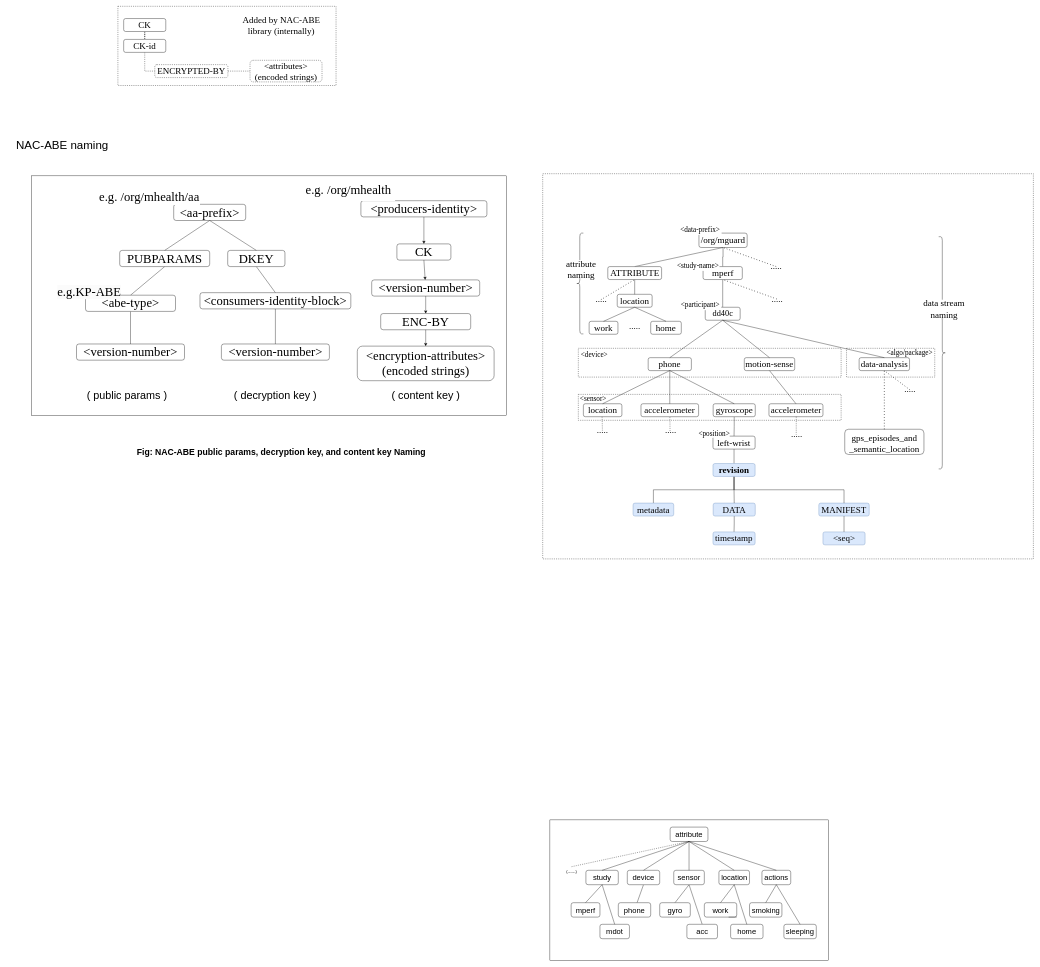
dulalsaurab/new-mguard keeps this draw.io diagram as page "Namespace" (2 of 4) of docs/latest mGuard .drawio. Above is the earlier version. Source tidied: cells renumbered, new cells numbered last; positions are measured from the earlier drawing's top-left corner, leaving out a move shared by most shapes. Both pictures are drawn from the tidied source at 36%, with x=0, y=0 at pixel (12, 6).
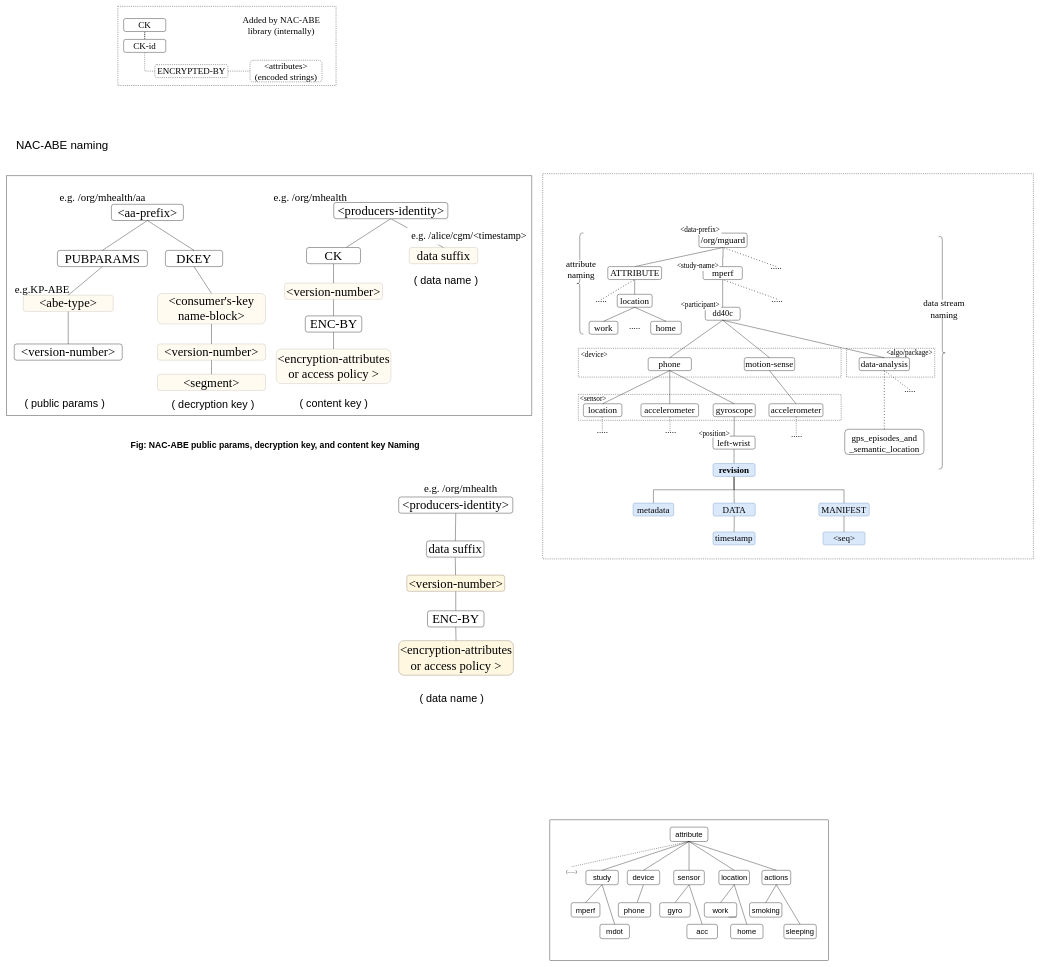
Above is the later version.

Change to the diagram source:
```diff
@@
-    <mxCell id="2" style="rounded=0;whiteSpace=wrap;html=1;" parent="1" vertex="1">
-      <mxGeometry x="55" y="471" width="1320" height="665" as="geometry" />
+    <mxCell id="2" style="rounded=0;whiteSpace=wrap;html=1;fillColor=default;" parent="1" vertex="1">
+      <mxGeometry x="-15" y="471" width="1460" height="665" as="geometry" />
     </mxCell>
@@
     <mxCell id="121" value="&lt;font style=&quot;font-size: 35px;&quot;&gt;&amp;lt;aa-prefix&amp;gt;&lt;/font&gt;" style="rounded=1;whiteSpace=wrap;html=1;fontStyle=0;fontFamily=Times New Roman;fontSize=35;" parent="1" vertex="1">
-      <mxGeometry x="450" y="550" width="200" height="45" as="geometry" />
+      <mxGeometry x="277" y="550" width="200" height="45" as="geometry" />
     </mxCell>
-    <mxCell id="122" value="&lt;font style=&quot;font-size: 35px;&quot;&gt;e.g. /org/mhealth/aa&lt;/font&gt;" style="text;html=1;strokeColor=none;fillColor=default;align=center;verticalAlign=middle;whiteSpace=wrap;rounded=0;dashed=1;fontStyle=0;fontFamily=Times New Roman;fontSize=35;labelBackgroundColor=none;labelBorderColor=none;" parent="1" vertex="1">
-      <mxGeometry x="242" y="507" width="281" height="45" as="geometry" />
+    <mxCell id="122" value="&lt;font style=&quot;font-size: 30px;&quot;&gt;e.g. /org/mhealth/aa&lt;/font&gt;" style="text;html=1;strokeColor=none;fillColor=none;align=center;verticalAlign=middle;whiteSpace=wrap;rounded=0;dashed=1;fontStyle=0;fontFamily=Times New Roman;fontSize=35;labelBackgroundColor=none;labelBorderColor=none;" parent="1" vertex="1">
+      <mxGeometry x="111.5" y="505" width="281" height="45" as="geometry" />
     </mxCell>
     <mxCell id="123" value="&lt;div style=&quot;border: 0px; font-variant-numeric: inherit; font-variant-east-asian: inherit; font-variant-alternates: inherit; font-stretch: inherit; font-size: 35px; line-height: inherit; font-family: &amp;quot;Segoe UI&amp;quot;, &amp;quot;Segoe UI Web (West European)&amp;quot;, &amp;quot;Segoe UI&amp;quot;, -apple-system, &amp;quot;system-ui&amp;quot;, Roboto, &amp;quot;Helvetica Neue&amp;quot;, sans-serif; font-optical-sizing: inherit; font-kerning: inherit; font-feature-settings: inherit; font-variation-settings: inherit; margin: 0px; padding: 0px; vertical-align: baseline; text-align: start; background-color: rgb(255, 255, 255);&quot;&gt;&lt;br style=&quot;font-size: 35px;&quot;&gt;&lt;/div&gt;&lt;div style=&quot;font-size: 35px;&quot;&gt;&lt;i style=&quot;font-family: inherit; font-variant-caps: inherit; font-variant-ligatures: inherit; font-size: 35px;&quot;&gt;&lt;span style=&quot;border: 0px; font-style: inherit; font-variant: inherit; font-weight: inherit; font-stretch: inherit; font-size: 35px; line-height: inherit; font-family: Consolas, Courier, monospace; font-optical-sizing: inherit; font-kerning: inherit; font-feature-settings: inherit; font-variation-settings: inherit; margin: 0px; padding: 0px; vertical-align: baseline; color: inherit; background-color: transparent !important;&quot;&gt;&lt;b style=&quot;font-size: 35px;&quot;&gt;&lt;span style=&quot;border: 0px; font-style: inherit; font-variant: inherit; font-weight: inherit; font-stretch: inherit; font-size: 35px; line-height: inherit; font-optical-sizing: inherit; font-kerning: inherit; font-feature-settings: inherit; font-variation-settings: inherit; margin: 0px; padding: 0px; vertical-align: baseline; color: rgb(66, 66, 66) !important; background-color: transparent !important;&quot;&gt;&lt;span style=&quot;border: 0px; font-style: inherit; font-variant: inherit; font-weight: inherit; font-stretch: inherit; font-size: 35px; line-height: inherit; font-family: Tahoma, Geneva, sans-serif; font-optical-sizing: inherit; font-kerning: inherit; font-feature-settings: inherit; font-variation-settings: inherit; margin: 0px; padding: 0px; vertical-align: baseline; background-color: transparent !important;&quot;&gt;&lt;br style=&quot;font-size: 35px;&quot;&gt;&lt;/span&gt;&lt;/span&gt;&lt;/b&gt;&lt;/span&gt;&lt;/i&gt;&lt;/div&gt;" style="text;html=1;align=center;verticalAlign=middle;strokeColor=none;fillColor=none;fontSize=35;" parent="1" vertex="1">
-      <mxGeometry x="205" y="595" width="20" height="100" as="geometry" />
+      <mxGeometry x="32" y="595" width="20" height="100" as="geometry" />
     </mxCell>
@@
     <mxCell id="125" value="&lt;font style=&quot;font-size: 35px;&quot;&gt;PUBPARAMS&lt;/font&gt;" style="rounded=1;whiteSpace=wrap;html=1;fontStyle=0;fontFamily=Times New Roman;fontSize=35;" parent="1" vertex="1">
-      <mxGeometry x="300" y="678" width="250" height="45" as="geometry" />
+      <mxGeometry x="127" y="678" width="250" height="45" as="geometry" />
     </mxCell>
@@
     <mxCell id="127" value="&lt;font style=&quot;font-size: 35px;&quot;&gt;DKEY&lt;/font&gt;" style="rounded=1;whiteSpace=wrap;html=1;fontStyle=0;fontFamily=Times New Roman;fontSize=35;" parent="1" vertex="1">
-      <mxGeometry x="600" y="678" width="159" height="45" as="geometry" />
+      <mxGeometry x="427" y="678" width="159" height="45" as="geometry" />
     </mxCell>
@@
-    <mxCell id="131" value="&lt;font style=&quot;font-size: 35px;&quot;&gt;&amp;lt;abe-type&amp;gt;&lt;/font&gt;" style="rounded=1;whiteSpace=wrap;html=1;fontStyle=0;fontFamily=Times New Roman;fontSize=35;" parent="1" vertex="1">
-      <mxGeometry x="205" y="802.5" width="250" height="45" as="geometry" />
+    <mxCell id="131" value="&lt;font style=&quot;font-size: 35px;&quot;&gt;&amp;lt;abe-type&amp;gt;&lt;/font&gt;" style="rounded=1;whiteSpace=wrap;html=1;fontStyle=0;fontFamily=Times New Roman;fontSize=35;fillColor=#fff2cc;strokeColor=#331A00;opacity=30;" parent="1" vertex="1">
+      <mxGeometry x="32" y="802.5" width="250" height="45" as="geometry" />
     </mxCell>
@@
     <mxCell id="133" value="&lt;font style=&quot;font-size: 35px;&quot;&gt;&lt;span style=&quot;font-size: 35px;&quot;&gt;&amp;lt;version-number&amp;gt;&lt;/span&gt;&lt;/font&gt;" style="rounded=1;whiteSpace=wrap;html=1;fontStyle=0;fontFamily=Times New Roman;fontSize=35;" parent="1" vertex="1">
-      <mxGeometry x="180" y="938" width="300" height="45" as="geometry" />
+      <mxGeometry x="7" y="938" width="300" height="45" as="geometry" />
     </mxCell>
+    <mxCell id="152" style="edgeStyle=orthogonalEdgeStyle;rounded=0;jettySize=auto;html=1;exitX=0.5;exitY=1;exitDx=0;exitDy=0;entryX=0.5;entryY=0;entryDx=0;entryDy=0;endArrow=none;endFill=0;" parent="1" edge="1" source="134" target="154">
+      <mxGeometry relative="1" as="geometry" />
+    </mxCell>
-    <mxCell id="134" value="&lt;font style=&quot;font-size: 35px;&quot;&gt;&lt;span style=&quot;font-size: 35px;&quot;&gt;&amp;lt;version-number&amp;gt;&lt;/span&gt;&lt;/font&gt;" style="rounded=1;whiteSpace=wrap;html=1;fontStyle=0;fontFamily=Times New Roman;fontSize=35;" parent="1" vertex="1">
-      <mxGeometry x="582.5" y="938" width="300" height="45" as="geometry" />
+    <mxCell id="134" value="&lt;font style=&quot;font-size: 35px;&quot;&gt;&lt;span style=&quot;font-size: 35px;&quot;&gt;&amp;lt;version-number&amp;gt;&lt;/span&gt;&lt;/font&gt;" style="rounded=1;whiteSpace=wrap;html=1;fontStyle=0;fontFamily=Times New Roman;fontSize=35;fillColor=#fff2cc;strokeColor=#331A00;opacity=30;" parent="1" vertex="1">
+      <mxGeometry x="405" y="938" width="300" height="45" as="geometry" />
     </mxCell>
@@
-    <mxCell id="136" value="&lt;font style=&quot;font-size: 35px;&quot;&gt;&amp;lt;consumers-identity-block&amp;gt;&lt;/font&gt;" style="rounded=1;whiteSpace=wrap;html=1;fontStyle=0;fontFamily=Times New Roman;fontSize=35;" parent="1" vertex="1">
-      <mxGeometry x="523" y="795.5" width="419" height="45" as="geometry" />
+    <mxCell id="136" value="&lt;font style=&quot;font-size: 35px;&quot;&gt;&amp;lt;consumer's-key&lt;br&gt;name-block&amp;gt;&lt;/font&gt;" style="rounded=1;whiteSpace=wrap;html=1;fontStyle=0;fontFamily=Times New Roman;fontSize=35;fillColor=#fff2cc;strokeColor=#331A00;opacity=30;" parent="1" vertex="1">
+      <mxGeometry x="405" y="797.8" width="300" height="84.5" as="geometry" />
     </mxCell>
-    <mxCell id="137" style="edgeStyle=none;rounded=0;jettySize=auto;html=1;exitX=0.5;exitY=1;exitDx=0;exitDy=0;fontSize=35;" parent="1" edge="1" source="138" target="141">
+    <mxCell id="137" style="edgeStyle=none;rounded=0;jettySize=auto;html=1;exitX=0.5;exitY=1;exitDx=0;exitDy=0;fontSize=35;endArrow=none;endFill=0;" parent="1" edge="1" source="138" target="141">
       <mxGeometry relative="1" as="geometry" />
     </mxCell>
+    <mxCell id="153" style="edgeStyle=none;rounded=0;jettySize=auto;html=1;exitX=0.5;exitY=1;exitDx=0;exitDy=0;entryX=0.5;entryY=0;entryDx=0;entryDy=0;endArrow=none;endFill=0;" parent="1" edge="1" source="138" target="166">
+      <mxGeometry relative="1" as="geometry" />
+    </mxCell>
     <mxCell id="138" value="&lt;font style=&quot;font-size: 35px;&quot;&gt;&amp;lt;producers-identity&amp;gt;&lt;/font&gt;" style="rounded=1;whiteSpace=wrap;html=1;fontStyle=0;fontFamily=Times New Roman;fontSize=35;" parent="1" vertex="1">
-      <mxGeometry x="970" y="540" width="350" height="45" as="geometry" />
+      <mxGeometry x="894.5" y="545" width="317" height="45" as="geometry" />
     </mxCell>
-    <mxCell id="139" value="&lt;font face=&quot;Times New Roman&quot; style=&quot;font-size: 35px;&quot;&gt;e.g. /org/mhealth&lt;/font&gt;" style="text;html=1;align=center;verticalAlign=middle;strokeColor=none;fillColor=default;fontSize=35;" parent="1" vertex="1">
-      <mxGeometry x="805" y="481" width="260" height="60" as="geometry" />
+    <mxCell id="139" value="&lt;font face=&quot;Times New Roman&quot; style=&quot;font-size: 30px;&quot;&gt;e.g. /org/mhealth&lt;/font&gt;" style="text;html=1;align=center;verticalAlign=middle;strokeColor=none;fillColor=none;fontSize=35;" parent="1" vertex="1">
+      <mxGeometry x="714" y="497.5" width="230" height="60" as="geometry" />
     </mxCell>
-    <mxCell id="140" style="edgeStyle=none;rounded=0;jettySize=auto;html=1;exitX=0.5;exitY=1;exitDx=0;exitDy=0;fontSize=35;" parent="1" edge="1" source="141" target="143">
+    <mxCell id="140" style="edgeStyle=none;rounded=0;jettySize=auto;html=1;exitX=0.5;exitY=1;exitDx=0;exitDy=0;fontSize=35;endArrow=none;endFill=0;" parent="1" edge="1" source="141" target="143">
       <mxGeometry relative="1" as="geometry" />
     </mxCell>
     <mxCell id="141" value="&lt;font style=&quot;font-size: 35px;&quot;&gt;CK&lt;/font&gt;" style="rounded=1;whiteSpace=wrap;html=1;fontStyle=0;fontFamily=Times New Roman;fontSize=35;" parent="1" vertex="1">
-      <mxGeometry x="1070" y="660" width="150" height="45" as="geometry" />
+      <mxGeometry x="819" y="670" width="150" height="45" as="geometry" />
     </mxCell>
-    <mxCell id="142" style="edgeStyle=none;rounded=0;jettySize=auto;html=1;exitX=0.5;exitY=1;exitDx=0;exitDy=0;entryX=0.5;entryY=0;entryDx=0;entryDy=0;fontSize=35;" parent="1" edge="1" source="143" target="145">
+    <mxCell id="142" style="edgeStyle=none;rounded=0;jettySize=auto;html=1;exitX=0.5;exitY=1;exitDx=0;exitDy=0;entryX=0.5;entryY=0;entryDx=0;entryDy=0;fontSize=35;endArrow=none;endFill=0;" parent="1" edge="1" source="143" target="145">
       <mxGeometry relative="1" as="geometry" />
     </mxCell>
-    <mxCell id="143" value="&lt;font style=&quot;font-size: 35px;&quot;&gt;&amp;lt;version-number&amp;gt;&lt;/font&gt;" style="rounded=1;whiteSpace=wrap;html=1;fontStyle=0;fontFamily=Times New Roman;fontSize=35;" parent="1" vertex="1">
-      <mxGeometry x="1000" y="760" width="300" height="45" as="geometry" />
+    <mxCell id="143" value="&lt;font style=&quot;font-size: 35px;&quot;&gt;&amp;lt;version-number&amp;gt;&lt;/font&gt;" style="rounded=1;whiteSpace=wrap;html=1;fontStyle=0;fontFamily=Times New Roman;fontSize=35;fillColor=#fff2cc;strokeColor=#331A00;opacity=30;" parent="1" vertex="1">
+      <mxGeometry x="758" y="769" width="272" height="45" as="geometry" />
     </mxCell>
     <mxCell id="144" value="&lt;h1&gt;Fig: NAC-ABE public params, decryption key, and content key Naming&lt;/h1&gt;" style="text;html=1;strokeColor=none;fillColor=none;spacing=5;spacingTop=-20;whiteSpace=wrap;overflow=hidden;rounded=0;align=center;" parent="1" vertex="1">
-      <mxGeometry x="139" y="1220" width="1220" height="40" as="geometry" />
+      <mxGeometry x="295" y="1199" width="874" height="40" as="geometry" />
     </mxCell>
     <mxCell id="145" value="&lt;font style=&quot;font-size: 35px;&quot;&gt;ENC-BY&lt;/font&gt;" style="rounded=1;whiteSpace=wrap;html=1;fontStyle=0;fontFamily=Times New Roman;fontSize=35;" parent="1" vertex="1">
-      <mxGeometry x="1025" y="853.5" width="250" height="45" as="geometry" />
+      <mxGeometry x="815.5" y="860" width="157" height="45" as="geometry" />
     </mxCell>
-    <mxCell id="146" value="&lt;font style=&quot;font-size: 35px;&quot;&gt;&amp;lt;encryption-attributes&amp;gt;&lt;br style=&quot;font-size: 35px;&quot;&gt;(encoded strings)&lt;br style=&quot;font-size: 35px;&quot;&gt;&lt;/font&gt;" style="rounded=1;whiteSpace=wrap;html=1;fontStyle=0;fontFamily=Times New Roman;fontSize=35;" parent="1" vertex="1">
-      <mxGeometry x="960" y="944" width="380" height="96" as="geometry" />
+    <mxCell id="146" value="&lt;font style=&quot;font-size: 35px;&quot;&gt;&amp;lt;encryption-attributes &lt;br&gt;or access policy &amp;gt;&lt;br style=&quot;font-size: 35px;&quot;&gt;&lt;/font&gt;" style="rounded=1;whiteSpace=wrap;html=1;fontStyle=0;fontFamily=Times New Roman;fontSize=35;fillColor=#fff2cc;strokeColor=#331A00;opacity=30;" parent="1" vertex="1">
+      <mxGeometry x="734.8" y="952" width="318.5" height="96" as="geometry" />
     </mxCell>
-    <mxCell id="147" style="edgeStyle=none;rounded=0;jettySize=auto;html=1;exitX=0.5;exitY=1;exitDx=0;exitDy=0;entryX=0.5;entryY=0;entryDx=0;entryDy=0;fontSize=35;" parent="1" edge="1" source="145" target="146">
+    <mxCell id="147" style="edgeStyle=none;rounded=0;jettySize=auto;html=1;exitX=0.5;exitY=1;exitDx=0;exitDy=0;entryX=0.5;entryY=0;entryDx=0;entryDy=0;fontSize=35;endArrow=none;endFill=0;" parent="1" edge="1" source="145" target="146">
       <mxGeometry relative="1" as="geometry" />
     </mxCell>
-    <mxCell id="148" value="&lt;span style=&quot;color: rgb(0, 0, 0); font-family: &amp;quot;Times New Roman&amp;quot;; font-size: 35px; font-style: normal; font-variant-ligatures: normal; font-variant-caps: normal; font-weight: 400; letter-spacing: normal; orphans: 2; text-align: center; text-indent: 0px; text-transform: none; widows: 2; word-spacing: 0px; -webkit-text-stroke-width: 0px; background-color: rgb(251, 251, 251); text-decoration-thickness: initial; text-decoration-style: initial; text-decoration-color: initial; float: none; display: inline !important;&quot;&gt;e.g.KP-ABE&lt;/span&gt;" style="text;whiteSpace=wrap;html=1;fontSize=35;" parent="1" vertex="1">
-      <mxGeometry x="125" y="766" width="200" height="51" as="geometry" />
+    <mxCell id="148" value="&lt;span style=&quot;color: rgb(0, 0, 0); font-family: &amp;quot;Times New Roman&amp;quot;; font-style: normal; font-variant-ligatures: normal; font-variant-caps: normal; font-weight: 400; letter-spacing: normal; orphans: 2; text-align: center; text-indent: 0px; text-transform: none; widows: 2; word-spacing: 0px; -webkit-text-stroke-width: 0px; text-decoration-thickness: initial; text-decoration-style: initial; text-decoration-color: initial; float: none; display: inline !important;&quot;&gt;&lt;font style=&quot;font-size: 30px;&quot;&gt;e.g.KP-ABE&lt;/font&gt;&lt;/span&gt;" style="text;whiteSpace=wrap;html=1;fontSize=35;labelBackgroundColor=none;" parent="1" vertex="1">
+      <mxGeometry x="7" y="756" width="160" height="51" as="geometry" />
     </mxCell>
     <mxCell id="149" value="&lt;font style=&quot;font-size: 30px;&quot;&gt;( decryption key )&lt;/font&gt;" style="text;html=1;strokeColor=none;fillColor=none;align=center;verticalAlign=middle;whiteSpace=wrap;rounded=0;" parent="1" vertex="1">
-      <mxGeometry x="613" y="1065.1" width="239" height="30" as="geometry" />
+      <mxGeometry x="440" y="1090.1" width="239" height="30" as="geometry" />
     </mxCell>
     <mxCell id="150" value="&lt;font style=&quot;font-size: 30px;&quot;&gt;( content key )&lt;/font&gt;" style="text;html=1;strokeColor=none;fillColor=none;align=center;verticalAlign=middle;whiteSpace=wrap;rounded=0;" parent="1" vertex="1">
-      <mxGeometry x="1030.5" y="1065.1" width="239" height="30" as="geometry" />
+      <mxGeometry x="745" y="1088.1" width="300" height="30" as="geometry" />
     </mxCell>
     <mxCell id="151" value="&lt;font style=&quot;font-size: 30px;&quot;&gt;( public params )&lt;/font&gt;" style="text;html=1;strokeColor=none;fillColor=none;align=center;verticalAlign=middle;whiteSpace=wrap;rounded=0;" parent="1" vertex="1">
-      <mxGeometry x="200.5" y="1065.1" width="239" height="30" as="geometry" />
+      <mxGeometry x="27.5" y="1088.1" width="239" height="30" as="geometry" />
     </mxCell>
+    <mxCell id="154" value="&lt;font style=&quot;font-size: 35px;&quot;&gt;&lt;span style=&quot;font-size: 35px;&quot;&gt;&amp;lt;segment&amp;gt;&lt;/span&gt;&lt;/font&gt;" style="rounded=1;whiteSpace=wrap;html=1;fontStyle=0;fontFamily=Times New Roman;fontSize=35;fillColor=#fff2cc;strokeColor=#331A00;opacity=30;" parent="1" vertex="1">
+      <mxGeometry x="405" y="1022" width="300" height="45" as="geometry" />
+    </mxCell>
+    <mxCell id="155" style="edgeStyle=none;rounded=0;jettySize=auto;html=1;exitX=0.5;exitY=1;exitDx=0;exitDy=0;fontSize=35;endArrow=none;endFill=0;" parent="1" edge="1" source="156" target="159">
+      <mxGeometry relative="1" as="geometry" />
+    </mxCell>
+    <mxCell id="156" value="&lt;font style=&quot;font-size: 35px;&quot;&gt;&amp;lt;producers-identity&amp;gt;&lt;/font&gt;" style="rounded=1;whiteSpace=wrap;html=1;fontStyle=0;fontFamily=Times New Roman;fontSize=35;" parent="1" vertex="1">
+      <mxGeometry x="1075" y="1363" width="317" height="45" as="geometry" />
+    </mxCell>
+    <mxCell id="157" value="&lt;font face=&quot;Times New Roman&quot; style=&quot;font-size: 30px;&quot;&gt;e.g. /org/mhealth&lt;/font&gt;" style="text;html=1;align=center;verticalAlign=middle;strokeColor=none;fillColor=none;fontSize=35;" parent="1" vertex="1">
+      <mxGeometry x="1132" y="1306" width="230" height="60" as="geometry" />
+    </mxCell>
+    <mxCell id="158" style="edgeStyle=none;rounded=0;jettySize=auto;html=1;exitX=0.5;exitY=1;exitDx=0;exitDy=0;fontSize=35;endArrow=none;endFill=0;" parent="1" edge="1" source="159" target="161">
+      <mxGeometry relative="1" as="geometry" />
+    </mxCell>
+    <mxCell id="159" value="&lt;font style=&quot;font-size: 35px;&quot;&gt;data suffix&lt;/font&gt;" style="rounded=1;whiteSpace=wrap;html=1;fontStyle=0;fontFamily=Times New Roman;fontSize=35;" parent="1" vertex="1">
+      <mxGeometry x="1152" y="1485.1" width="160" height="45" as="geometry" />
+    </mxCell>
+    <mxCell id="160" style="edgeStyle=none;rounded=0;jettySize=auto;html=1;exitX=0.5;exitY=1;exitDx=0;exitDy=0;entryX=0.5;entryY=0;entryDx=0;entryDy=0;fontSize=35;endArrow=none;endFill=0;" parent="1" edge="1" source="161" target="162">
+      <mxGeometry relative="1" as="geometry" />
+    </mxCell>
+    <mxCell id="161" value="&lt;font style=&quot;font-size: 35px;&quot;&gt;&amp;lt;version-number&amp;gt;&lt;/font&gt;" style="rounded=1;whiteSpace=wrap;html=1;fontStyle=0;fontFamily=Times New Roman;fontSize=35;fillColor=#fff2cc;strokeColor=#331A00;opacity=60;" parent="1" vertex="1">
+      <mxGeometry x="1097.5" y="1580" width="272" height="45" as="geometry" />
+    </mxCell>
+    <mxCell id="162" value="&lt;font style=&quot;font-size: 35px;&quot;&gt;ENC-BY&lt;/font&gt;" style="rounded=1;whiteSpace=wrap;html=1;fontStyle=0;fontFamily=Times New Roman;fontSize=35;" parent="1" vertex="1">
+      <mxGeometry x="1155" y="1679.1" width="157" height="45" as="geometry" />
+    </mxCell>
+    <mxCell id="163" value="&lt;font style=&quot;font-size: 35px;&quot;&gt;&amp;lt;encryption-attributes &lt;br&gt;or access policy &amp;gt;&lt;br style=&quot;font-size: 35px;&quot;&gt;&lt;/font&gt;" style="rounded=1;whiteSpace=wrap;html=1;fontStyle=0;fontFamily=Times New Roman;fontSize=35;fillColor=#fff2cc;strokeColor=#331A00;opacity=60;" parent="1" vertex="1">
+      <mxGeometry x="1075" y="1762.1" width="318.5" height="96" as="geometry" />
+    </mxCell>
+    <mxCell id="164" style="edgeStyle=none;rounded=0;jettySize=auto;html=1;exitX=0.5;exitY=1;exitDx=0;exitDy=0;entryX=0.5;entryY=0;entryDx=0;entryDy=0;fontSize=35;endArrow=none;endFill=0;" parent="1" edge="1" source="162" target="163">
+      <mxGeometry relative="1" as="geometry" />
+    </mxCell>
+    <mxCell id="165" value="&lt;font style=&quot;font-size: 30px;&quot;&gt;( data name )&lt;/font&gt;" style="text;html=1;strokeColor=none;fillColor=none;align=center;verticalAlign=middle;whiteSpace=wrap;rounded=0;" parent="1" vertex="1">
+      <mxGeometry x="1102.5" y="1906.1" width="239" height="30" as="geometry" />
+    </mxCell>
+    <mxCell id="166" value="&lt;font style=&quot;font-size: 35px;&quot;&gt;data suffix&lt;/font&gt;" style="rounded=1;whiteSpace=wrap;html=1;fontStyle=0;fontFamily=Times New Roman;fontSize=35;fillColor=#fff2cc;strokeColor=#331A00;opacity=30;" parent="1" vertex="1">
+      <mxGeometry x="1104.5" y="670" width="190" height="45" as="geometry" />
+    </mxCell>
+    <mxCell id="167" value="&lt;font style=&quot;font-size: 30px;&quot;&gt;( data name )&lt;/font&gt;" style="text;html=1;strokeColor=none;fillColor=none;align=center;verticalAlign=middle;whiteSpace=wrap;rounded=0;" parent="1" vertex="1">
+      <mxGeometry x="1087" y="747" width="239" height="30" as="geometry" />
+    </mxCell>
+    <mxCell id="168" style="text;html=1;align=center;verticalAlign=middle;strokeColor=none;fillColor=default;fontSize=35;strokeWidth=1;" parent="1" vertex="1">
+      <mxGeometry x="1222" y="625" width="50" height="40" as="geometry" />
+    </mxCell>
+    <mxCell id="169" value="&lt;font face=&quot;Times New Roman&quot; style=&quot;font-size: 28px;&quot;&gt;e.g. /alice/cgm/&amp;lt;timestamp&amp;gt;&lt;/font&gt;" style="text;html=1;align=center;verticalAlign=middle;strokeColor=none;fillColor=default;fontSize=28;" parent="1" vertex="1">
+      <mxGeometry x="1099.5" y="612" width="340" height="50" as="geometry" />
+    </mxCell>
```
